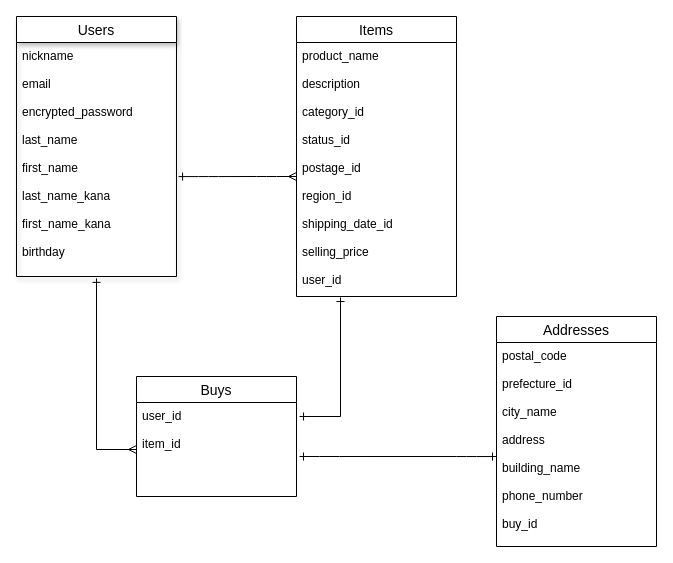
This is furima.dio from fulu90/furima-32903, a draw.io file, before an edit. Source tidied: cells renumbered, new cells numbered last; positions are measured from the earlier drawing's top-left corner, leaving out a move shared by most shapes. Both pictures are drawn from the tidied source at 100%, with x=0, y=0 at pixel (16, 16).
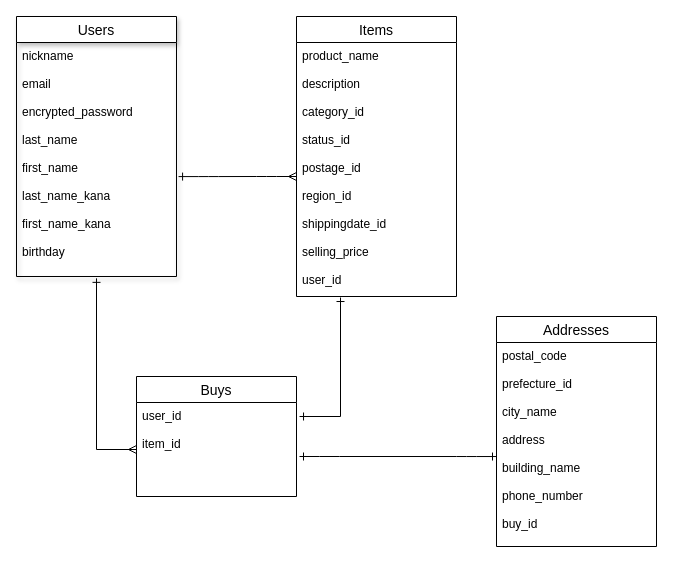
Above is the later version.

The edit, as a diff of the source:
```diff
@@
 <mxGraphModel>
   <root>
     <mxCell id="0" />
     <mxCell id="1" parent="0" />
     <mxCell id="2" value="Items" style="swimlane;fontStyle=0;horizontal=1;startSize=26;align=center;fontSize=14;" parent="1" vertex="1">
       <mxGeometry x="280" width="160" height="280" as="geometry" />
     </mxCell>
-    <mxCell id="3" value="product_name&#10;&#10;description&#10;&#10;category_id&#10;&#10;status_id&#10;&#10;postage_id&#10;&#10;region_id&#10;&#10;shipping_date_id&#10;&#10;selling_price&#10;&#10;user_id" style="text;strokeColor=none;fillColor=none;spacingLeft=4;spacingRight=4;overflow=hidden;points=[[0,0.5],[1,0.5]];portConstraint=eastwest;fontSize=12;" parent="2" vertex="1">
+    <mxCell id="3" value="product_name&#10;&#10;description&#10;&#10;category_id&#10;&#10;status_id&#10;&#10;postage_id&#10;&#10;region_id&#10;&#10;shippingdate_id&#10;&#10;selling_price&#10;&#10;user_id" style="text;strokeColor=none;fillColor=none;spacingLeft=4;spacingRight=4;overflow=hidden;points=[[0,0.5],[1,0.5]];portConstraint=eastwest;fontSize=12;" parent="2" vertex="1">
       <mxGeometry y="26" width="160" height="254" as="geometry" />
     </mxCell>
     <mxCell id="4" value="Addresses" style="swimlane;fontStyle=0;horizontal=1;startSize=26;align=center;fontSize=14;" parent="1" vertex="1">
       <mxGeometry x="480" y="300" width="160" height="230" as="geometry" />
     </mxCell>
     <mxCell id="5" value="postal_code&#10;&#10;prefecture_id&#10;&#10;city_name&#10;&#10;address&#10;&#10;building_name&#10;&#10;phone_number&#10;&#10;buy_id&#10;" style="text;strokeColor=none;fillColor=none;spacingLeft=4;spacingRight=4;overflow=hidden;points=[[0,0.5],[1,0.5]];portConstraint=eastwest;fontSize=12;" parent="4" vertex="1">
       <mxGeometry y="26" width="160" height="204" as="geometry" />
     </mxCell>
     <mxCell id="6" value="Users" style="swimlane;fontStyle=0;horizontal=1;startSize=26;align=center;fontSize=14;shadow=1;" parent="1" vertex="1">
       <mxGeometry width="160" height="260" as="geometry" />
     </mxCell>
     <mxCell id="7" value="nickname&#10;&#10;email&#10;&#10;encrypted_password&#10;&#10;last_name&#10;&#10;first_name&#10;&#10;last_name_kana&#10;&#10;first_name_kana&#10;&#10;birthday" style="text;strokeColor=none;fillColor=none;spacingLeft=4;spacingRight=4;overflow=hidden;points=[[0,0.5],[1,0.5]];portConstraint=eastwest;fontSize=12;" parent="6" vertex="1">
       <mxGeometry y="26" width="160" height="234" as="geometry" />
     </mxCell>
     <mxCell id="8" style="edgeStyle=entityRelationEdgeStyle;fontSize=12;html=1;endArrow=ERmany;startArrow=ERone;startFill=0;endFill=0;exitX=1.013;exitY=0.573;exitDx=0;exitDy=0;exitPerimeter=0;" parent="1" edge="1" source="7">
       <mxGeometry relative="1" as="geometry">
         <mxPoint x="280" y="160" as="targetPoint" />
       </mxGeometry>
     </mxCell>
     <mxCell id="9" style="endArrow=ERone;html=1;rounded=0;startArrow=ERone;startFill=0;endFill=0;entryX=0.275;entryY=1.004;entryDx=0;entryDy=0;entryPerimeter=0;exitX=1.019;exitY=0.149;exitDx=0;exitDy=0;exitPerimeter=0;" parent="1" edge="1" source="12" target="3">
       <mxGeometry relative="1" as="geometry">
         <Array as="points">
           <mxPoint x="324" y="400" />
         </Array>
       </mxGeometry>
     </mxCell>
     <mxCell id="10" style="endArrow=ERmany;html=1;rounded=0;startArrow=ERone;startFill=0;endFill=0;exitX=0.5;exitY=1.008;exitDx=0;exitDy=0;exitPerimeter=0;entryX=0;entryY=0.5;entryDx=0;entryDy=0;" parent="1" edge="1" source="7" target="12">
       <mxGeometry relative="1" as="geometry">
         <Array as="points">
           <mxPoint x="80" y="433" />
         </Array>
       </mxGeometry>
     </mxCell>
     <mxCell id="11" value="Buys" style="swimlane;fontStyle=0;horizontal=1;startSize=26;align=center;fontSize=14;" parent="1" vertex="1">
       <mxGeometry x="120" y="360" width="160" height="120" as="geometry" />
     </mxCell>
     <mxCell id="12" value="user_id&#10;&#10;item_id&#10;" style="text;strokeColor=none;fillColor=none;spacingLeft=4;spacingRight=4;overflow=hidden;points=[[0,0.5],[1,0.5]];portConstraint=eastwest;fontSize=12;" parent="11" vertex="1">
       <mxGeometry y="26" width="160" height="94" as="geometry" />
     </mxCell>
     <mxCell id="13" style="edgeStyle=entityRelationEdgeStyle;fontSize=12;html=1;endArrow=ERone;startArrow=ERone;startFill=0;endFill=0;entryX=0;entryY=0.559;entryDx=0;entryDy=0;entryPerimeter=0;" parent="1" edge="1" target="5">
       <mxGeometry relative="1" as="geometry">
         <mxPoint x="283" y="440" as="sourcePoint" />
       </mxGeometry>
     </mxCell>
   </root>
 </mxGraphModel>
```
